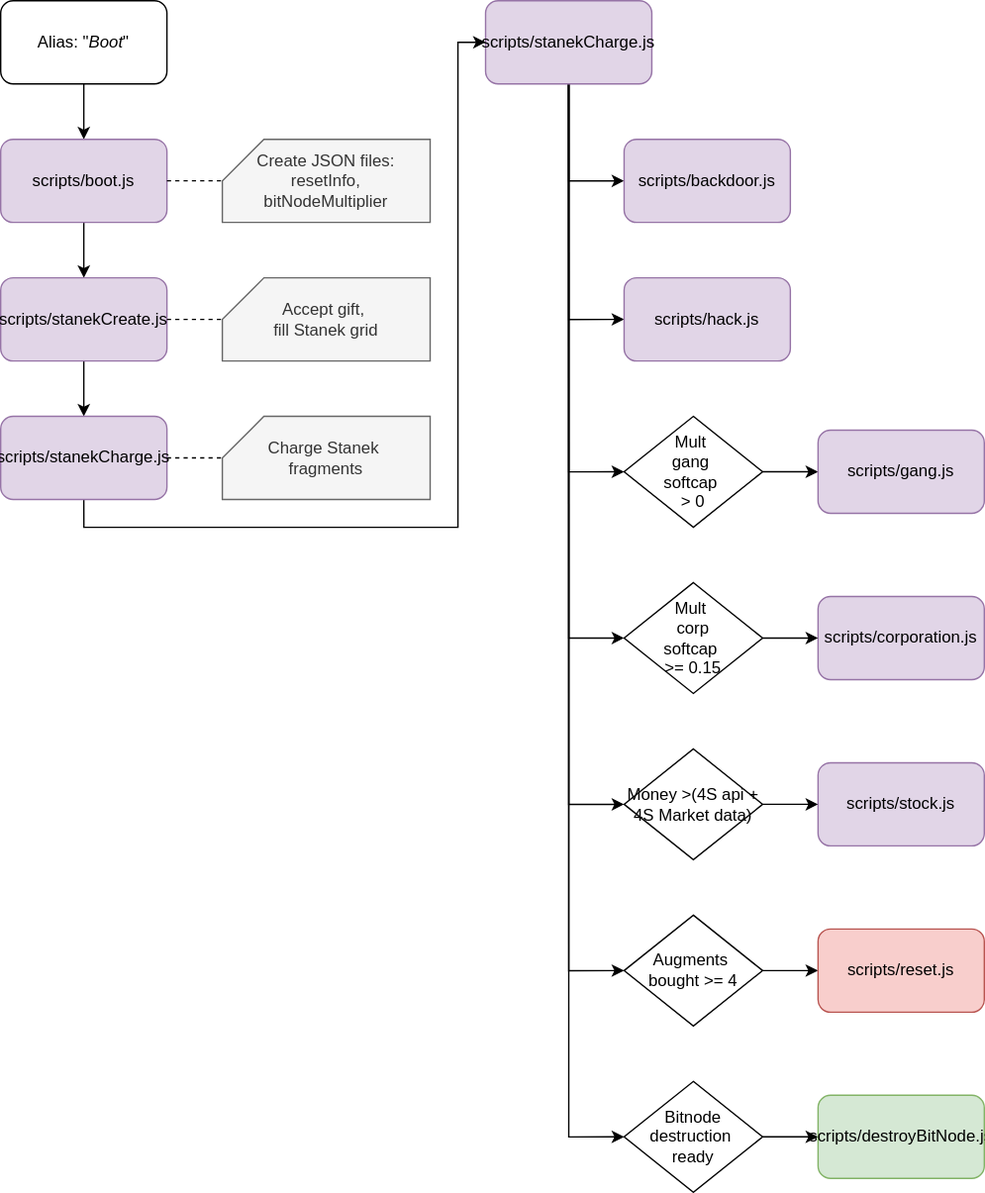
The draw.io diagram diagrams/Script sequence.svg in InfernoIV/bitburner-scripts, before a commit. Source tidied: cells renumbered, new cells last; positions are measured from the earlier drawing's top-left corner, leaving out a move shared by most shapes. Source of this version:
```xml
<mxGraphModel>
  <root>
    <mxCell id="0" />
    <mxCell id="1" parent="0" />
    <mxCell id="2" style="edgeStyle=none;rounded=0;jettySize=auto;html=1;exitX=0.5;exitY=1;exitDx=0;exitDy=0;entryX=0.5;entryY=0;entryDx=0;entryDy=0;" parent="1" edge="1" source="3" target="5">
      <mxGeometry relative="1" as="geometry" />
    </mxCell>
    <mxCell id="3" value="Alias: &quot;&lt;i&gt;Boot&lt;/i&gt;&quot;" style="rounded=1;whiteSpace=wrap;html=1;fillColor=#FFFFFF;" parent="1" vertex="1">
      <mxGeometry width="120" height="60" as="geometry" />
    </mxCell>
    <mxCell id="4" style="edgeStyle=none;rounded=0;jettySize=auto;html=1;exitX=0.5;exitY=1;exitDx=0;exitDy=0;entryX=0.5;entryY=0;entryDx=0;entryDy=0;" parent="1" edge="1" source="5" target="7">
      <mxGeometry relative="1" as="geometry" />
    </mxCell>
    <mxCell id="5" value="scripts/boot.js" style="rounded=1;whiteSpace=wrap;html=1;fillColor=#e1d5e7;strokeColor=#9673a6;" parent="1" vertex="1">
      <mxGeometry y="100" width="120" height="60" as="geometry" />
    </mxCell>
    <mxCell id="6" style="edgeStyle=none;rounded=0;jettySize=auto;html=1;exitX=0.5;exitY=1;exitDx=0;exitDy=0;entryX=0.5;entryY=0;entryDx=0;entryDy=0;" parent="1" edge="1" source="7" target="23">
      <mxGeometry relative="1" as="geometry" />
    </mxCell>
    <mxCell id="7" value="scripts/stanekCreate.js" style="rounded=1;whiteSpace=wrap;html=1;fillColor=#e1d5e7;strokeColor=#9673a6;" parent="1" vertex="1">
      <mxGeometry y="200" width="120" height="60" as="geometry" />
    </mxCell>
    <mxCell id="8" style="edgeStyle=orthogonalEdgeStyle;rounded=0;jettySize=auto;html=1;exitX=0.5;exitY=1;exitDx=0;exitDy=0;entryX=0;entryY=0.5;entryDx=0;entryDy=0;" parent="1" edge="1" source="15" target="25">
      <mxGeometry relative="1" as="geometry" />
    </mxCell>
    <mxCell id="9" style="edgeStyle=orthogonalEdgeStyle;rounded=0;jettySize=auto;html=1;exitX=0.5;exitY=1;exitDx=0;exitDy=0;entryX=0;entryY=0.5;entryDx=0;entryDy=0;" parent="1" edge="1" source="15" target="26">
      <mxGeometry relative="1" as="geometry" />
    </mxCell>
    <mxCell id="10" style="edgeStyle=orthogonalEdgeStyle;rounded=0;jettySize=auto;html=1;exitX=0.5;exitY=1;exitDx=0;exitDy=0;entryX=0;entryY=0.5;entryDx=0;entryDy=0;" parent="1" edge="1" source="15" target="27">
      <mxGeometry relative="1" as="geometry" />
    </mxCell>
    <mxCell id="11" style="edgeStyle=orthogonalEdgeStyle;rounded=0;jettySize=auto;html=1;exitX=0.5;exitY=1;exitDx=0;exitDy=0;entryX=0;entryY=0.5;entryDx=0;entryDy=0;" parent="1" edge="1" source="15" target="37">
      <mxGeometry relative="1" as="geometry" />
    </mxCell>
    <mxCell id="12" style="edgeStyle=orthogonalEdgeStyle;rounded=0;jettySize=auto;html=1;exitX=0.5;exitY=1;exitDx=0;exitDy=0;entryX=0;entryY=0.5;entryDx=0;entryDy=0;" parent="1" edge="1" source="15" target="34">
      <mxGeometry relative="1" as="geometry" />
    </mxCell>
    <mxCell id="13" style="edgeStyle=orthogonalEdgeStyle;rounded=0;jettySize=auto;html=1;exitX=0.5;exitY=1;exitDx=0;exitDy=0;entryX=0;entryY=0.5;entryDx=0;entryDy=0;" parent="1" edge="1" source="15" target="39">
      <mxGeometry relative="1" as="geometry" />
    </mxCell>
    <mxCell id="14" style="edgeStyle=orthogonalEdgeStyle;rounded=0;jettySize=auto;html=1;exitX=0.5;exitY=1;exitDx=0;exitDy=0;entryX=0;entryY=0.5;entryDx=0;entryDy=0;" parent="1" edge="1" source="15" target="40">
      <mxGeometry relative="1" as="geometry" />
    </mxCell>
    <mxCell id="15" value="scripts/stanekCharge.js" style="rounded=1;whiteSpace=wrap;html=1;fillColor=#e1d5e7;strokeColor=#9673a6;" parent="1" vertex="1">
      <mxGeometry x="350" width="120" height="60" as="geometry" />
    </mxCell>
    <mxCell id="16" value="&lt;div&gt;Create JSON files: resetInfo, &lt;br&gt;&lt;/div&gt;&lt;div&gt;bitNodeMultiplier&lt;br&gt;&lt;/div&gt;" style="shape=card;whiteSpace=wrap;html=1;fillColor=#f5f5f5;fontColor=#333333;strokeColor=#666666;" parent="1" vertex="1">
      <mxGeometry x="160" y="100" width="150" height="60" as="geometry" />
    </mxCell>
    <mxCell id="17" value="&lt;div&gt;Accept gift,&amp;nbsp;&lt;/div&gt;&lt;div&gt;fill Stanek grid&lt;/div&gt;" style="shape=card;whiteSpace=wrap;html=1;fillColor=#f5f5f5;fontColor=#333333;strokeColor=#666666;" parent="1" vertex="1">
      <mxGeometry x="160" y="200" width="150" height="60" as="geometry" />
    </mxCell>
    <mxCell id="18" style="edgeStyle=none;rounded=0;jettySize=auto;html=1;exitX=1;exitY=0.5;exitDx=0;exitDy=0;entryX=0;entryY=0;entryDx=0;entryDy=30;entryPerimeter=0;dashed=1;endArrow=none;endFill=0;" parent="1" edge="1" source="5" target="16">
      <mxGeometry relative="1" as="geometry" />
    </mxCell>
    <mxCell id="19" style="edgeStyle=none;rounded=0;jettySize=auto;html=1;exitX=1;exitY=0.5;exitDx=0;exitDy=0;entryX=0;entryY=0;entryDx=0;entryDy=30;entryPerimeter=0;dashed=1;endArrow=none;endFill=0;" parent="1" edge="1" source="7" target="17">
      <mxGeometry relative="1" as="geometry" />
    </mxCell>
    <mxCell id="20" value="&lt;div&gt;Charge Stanek&amp;nbsp;&lt;/div&gt;&lt;div&gt;fragments&lt;/div&gt;" style="shape=card;whiteSpace=wrap;html=1;fillColor=#f5f5f5;fontColor=#333333;strokeColor=#666666;" parent="1" vertex="1">
      <mxGeometry x="160" y="300" width="150" height="60" as="geometry" />
    </mxCell>
    <mxCell id="21" style="edgeStyle=none;rounded=0;jettySize=auto;html=1;entryX=0;entryY=0;entryDx=0;entryDy=30;entryPerimeter=0;dashed=1;endArrow=none;endFill=0;exitX=1;exitY=0.5;exitDx=0;exitDy=0;" parent="1" edge="1" source="23" target="20">
      <mxGeometry relative="1" as="geometry" />
    </mxCell>
    <mxCell id="22" style="edgeStyle=orthogonalEdgeStyle;rounded=0;jettySize=auto;html=1;exitX=0.5;exitY=1;exitDx=0;exitDy=0;entryX=0;entryY=0.5;entryDx=0;entryDy=0;" parent="1" edge="1" source="23" target="15">
      <mxGeometry relative="1" as="geometry">
        <Array as="points">
          <mxPoint x="60" y="380" />
          <mxPoint x="330" y="380" />
          <mxPoint x="330" y="30" />
        </Array>
      </mxGeometry>
    </mxCell>
    <mxCell id="23" value="scripts/stanekCharge.js" style="rounded=1;whiteSpace=wrap;html=1;fillColor=#e1d5e7;strokeColor=#9673a6;" parent="1" vertex="1">
      <mxGeometry y="300" width="120" height="60" as="geometry" />
    </mxCell>
    <mxCell id="24" style="edgeStyle=none;rounded=0;jettySize=auto;html=1;exitX=1;exitY=0.5;exitDx=0;exitDy=0;entryX=0;entryY=0.5;entryDx=0;entryDy=0;" parent="1" edge="1" source="25" target="28">
      <mxGeometry relative="1" as="geometry" />
    </mxCell>
    <mxCell id="25" value="&lt;div&gt;Mult&amp;nbsp;&lt;/div&gt;&lt;div&gt;gang&amp;nbsp;&lt;/div&gt;&lt;div&gt;softcap&amp;nbsp;&lt;/div&gt;&lt;div&gt;&amp;gt; 0&lt;/div&gt;" style="rhombus;whiteSpace=wrap;html=1;" parent="1" vertex="1">
      <mxGeometry x="450" y="300" width="100" height="80" as="geometry" />
    </mxCell>
    <mxCell id="26" value="&lt;div&gt;Mult&amp;nbsp;&lt;/div&gt;&lt;div&gt;corp&lt;/div&gt;&lt;div&gt;softcap&amp;nbsp;&lt;/div&gt;&lt;div&gt;&amp;gt;= 0.15&lt;/div&gt;" style="rhombus;whiteSpace=wrap;html=1;" parent="1" vertex="1">
      <mxGeometry x="450" y="420" width="100" height="80" as="geometry" />
    </mxCell>
    <mxCell id="27" value="Money &amp;gt;(4S api + 4S Market data)" style="rhombus;whiteSpace=wrap;html=1;" parent="1" vertex="1">
      <mxGeometry x="450" y="540" width="100" height="80" as="geometry" />
    </mxCell>
    <mxCell id="28" value="scripts/gang.js" style="rounded=1;whiteSpace=wrap;html=1;fillColor=#e1d5e7;strokeColor=#9673a6;" parent="1" vertex="1">
      <mxGeometry x="590" y="310" width="120" height="60" as="geometry" />
    </mxCell>
    <mxCell id="29" value="scripts/corporation.js" style="rounded=1;whiteSpace=wrap;html=1;fillColor=#e1d5e7;strokeColor=#9673a6;" parent="1" vertex="1">
      <mxGeometry x="590" y="430" width="120" height="60" as="geometry" />
    </mxCell>
    <mxCell id="30" value="scripts/stock.js" style="rounded=1;whiteSpace=wrap;html=1;fillColor=#e1d5e7;strokeColor=#9673a6;" parent="1" vertex="1">
      <mxGeometry x="590" y="550" width="120" height="60" as="geometry" />
    </mxCell>
    <mxCell id="31" style="edgeStyle=none;rounded=0;jettySize=auto;html=1;exitX=1;exitY=0.5;exitDx=0;exitDy=0;entryX=0;entryY=0.5;entryDx=0;entryDy=0;" parent="1" edge="1" source="26" target="29">
      <mxGeometry relative="1" as="geometry" />
    </mxCell>
    <mxCell id="32" style="edgeStyle=none;rounded=0;jettySize=auto;html=1;exitX=1;exitY=0.5;exitDx=0;exitDy=0;entryX=0;entryY=0.5;entryDx=0;entryDy=0;" parent="1" edge="1" source="27" target="30">
      <mxGeometry relative="1" as="geometry" />
    </mxCell>
    <mxCell id="33" style="edgeStyle=none;rounded=0;jettySize=auto;html=1;exitX=1;exitY=0.5;exitDx=0;exitDy=0;entryX=0;entryY=0.5;entryDx=0;entryDy=0;" parent="1" edge="1" source="34" target="35">
      <mxGeometry relative="1" as="geometry" />
    </mxCell>
    <mxCell id="34" value="&lt;div&gt;Bitnode destruction&amp;nbsp;&lt;/div&gt;&lt;div&gt;ready&lt;/div&gt;" style="rhombus;whiteSpace=wrap;html=1;" parent="1" vertex="1">
      <mxGeometry x="450" y="780" width="100" height="80" as="geometry" />
    </mxCell>
    <mxCell id="35" value="scripts/destroyBitNode.js" style="rounded=1;whiteSpace=wrap;html=1;fillColor=#d5e8d4;strokeColor=#82b366;" parent="1" vertex="1">
      <mxGeometry x="590" y="790" width="120" height="60" as="geometry" />
    </mxCell>
    <mxCell id="36" style="edgeStyle=none;rounded=0;jettySize=auto;html=1;exitX=1;exitY=0.5;exitDx=0;exitDy=0;entryX=0;entryY=0.5;entryDx=0;entryDy=0;" parent="1" edge="1" source="37" target="38">
      <mxGeometry relative="1" as="geometry" />
    </mxCell>
    <mxCell id="37" value="&lt;div&gt;Augments&amp;nbsp;&lt;/div&gt;&lt;div&gt;bought &amp;gt;= 4&lt;/div&gt;" style="rhombus;whiteSpace=wrap;html=1;" parent="1" vertex="1">
      <mxGeometry x="450" y="660" width="100" height="80" as="geometry" />
    </mxCell>
    <mxCell id="38" value="scripts/reset.js" style="rounded=1;whiteSpace=wrap;html=1;fillColor=#f8cecc;strokeColor=#b85450;" parent="1" vertex="1">
      <mxGeometry x="590" y="670" width="120" height="60" as="geometry" />
    </mxCell>
    <mxCell id="39" value="scripts/backdoor.js" style="rounded=1;whiteSpace=wrap;html=1;fillColor=#e1d5e7;strokeColor=#9673a6;" parent="1" vertex="1">
      <mxGeometry x="450" y="100" width="120" height="60" as="geometry" />
    </mxCell>
    <mxCell id="40" value="scripts/hack.js" style="rounded=1;whiteSpace=wrap;html=1;fillColor=#e1d5e7;strokeColor=#9673a6;" parent="1" vertex="1">
      <mxGeometry x="450" y="200" width="120" height="60" as="geometry" />
    </mxCell>
  </root>
</mxGraphModel>
```
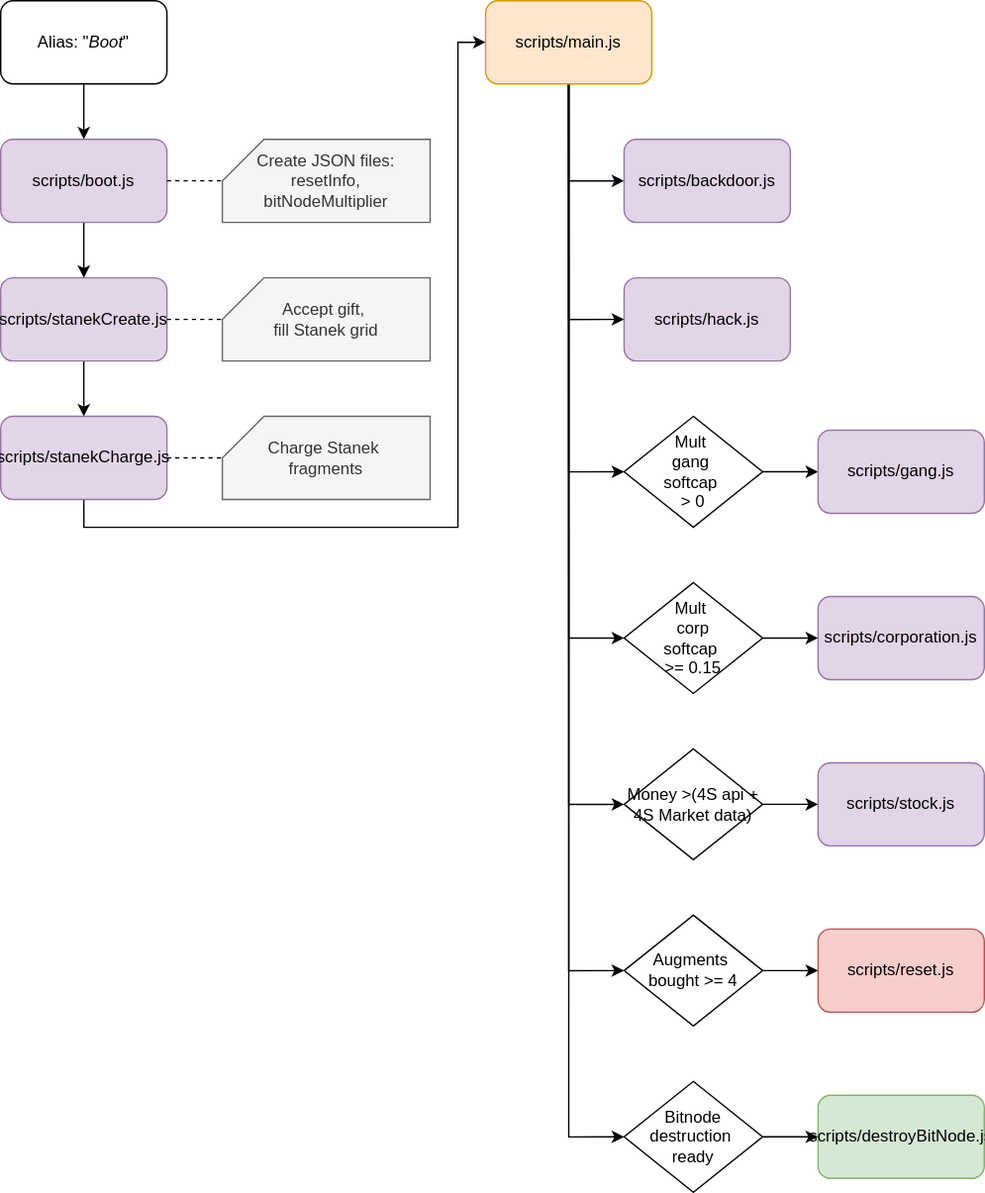
After the change.

What changed in the source:
```diff
@@ -41,7 +41,7 @@
     <mxCell id="14" style="edgeStyle=orthogonalEdgeStyle;rounded=0;jettySize=auto;html=1;exitX=0.5;exitY=1;exitDx=0;exitDy=0;entryX=0;entryY=0.5;entryDx=0;entryDy=0;" parent="1" edge="1" source="15" target="40">
       <mxGeometry relative="1" as="geometry" />
     </mxCell>
-    <mxCell id="15" value="scripts/stanekCharge.js" style="rounded=1;whiteSpace=wrap;html=1;fillColor=#e1d5e7;strokeColor=#9673a6;" parent="1" vertex="1">
+    <mxCell id="15" value="scripts/main.js" style="rounded=1;whiteSpace=wrap;html=1;fillColor=#ffe6cc;strokeColor=#d79b00;" parent="1" vertex="1">
       <mxGeometry x="350" width="120" height="60" as="geometry" />
     </mxCell>
     <mxCell id="16" value="&lt;div&gt;Create JSON files: resetInfo, &lt;br&gt;&lt;/div&gt;&lt;div&gt;bitNodeMultiplier&lt;br&gt;&lt;/div&gt;" style="shape=card;whiteSpace=wrap;html=1;fillColor=#f5f5f5;fontColor=#333333;strokeColor=#666666;" parent="1" vertex="1">
```
